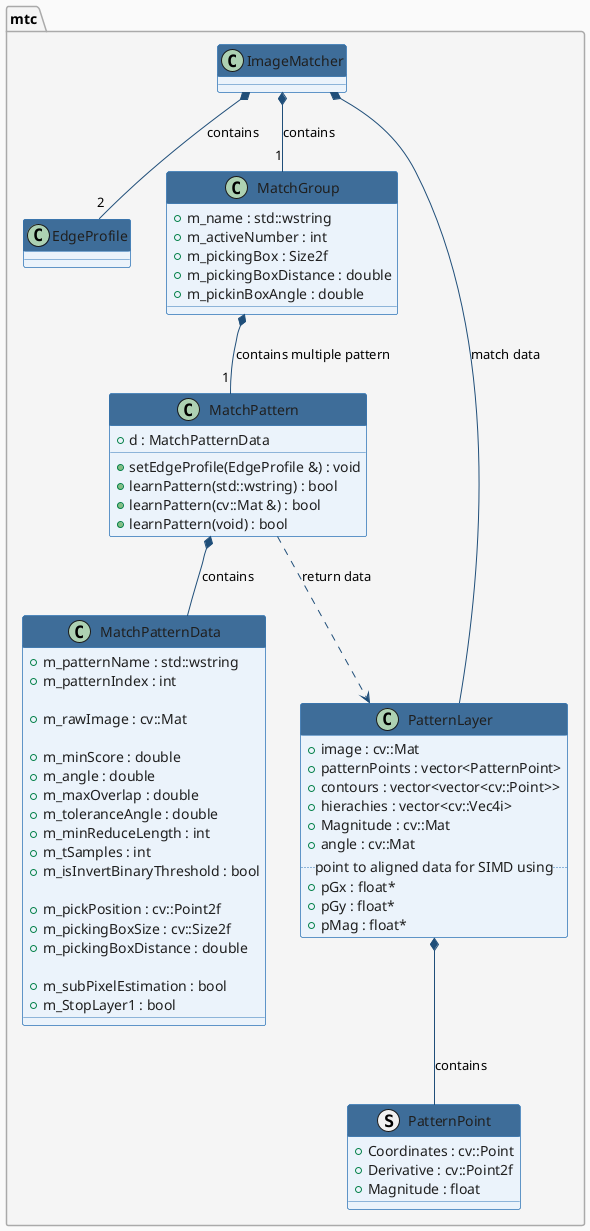
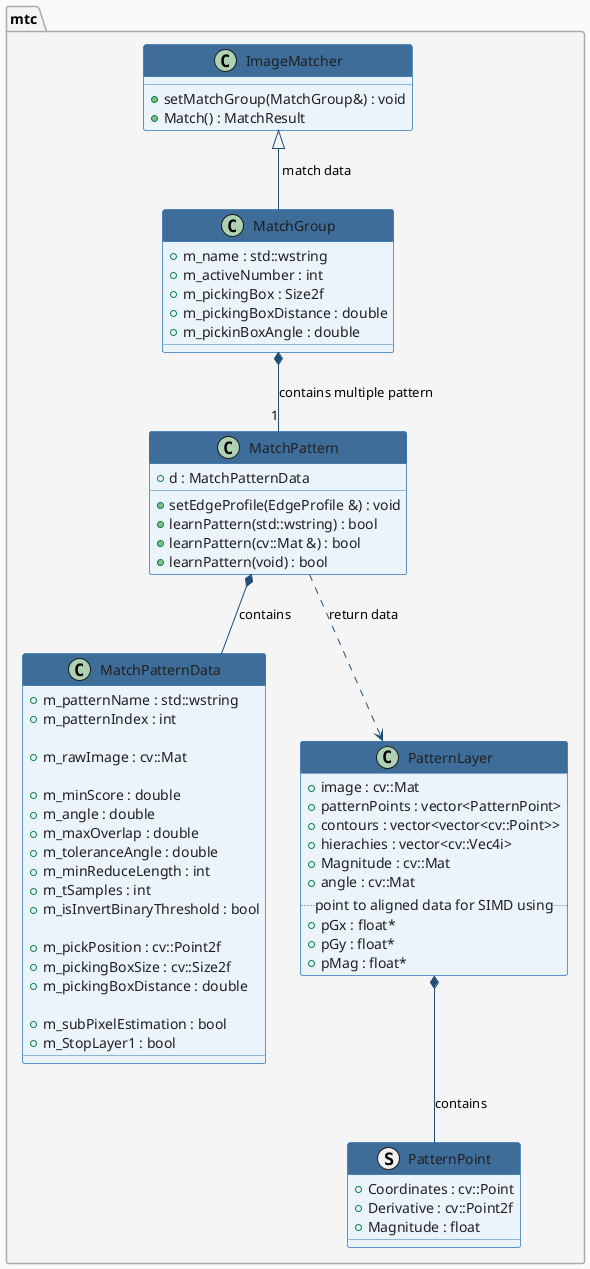
@startuml image_matching

skinparam backgroundColor #FAFAFA
skinparam classBackgroundColor #EBF3FB
skinparam classBorderColor #2E75B6
skinparam classHeaderBackgroundColor #3e6d99
skinparam classFontColor #FFFFFF
skinparam classAttributeFontColor #1F1F1F
skinparam arrowColor #1F4E79
skinparam packageBackgroundColor #F5F5F5
skinparam packageBorderColor #AAAAAA
skinparam shadowing false

package mtc {

    class ImageMatcher {
- 
-     }
- 
-     class EdgeProfile {
- 
+         + setMatchGroup(MatchGroup&) : void
+         + Match() : MatchResult
    }

    class MatchGroup {
        + m_name : std::wstring
        + m_activeNumber : int
        + m_pickingBox : Size2f
        + m_pickingBoxDistance : double
        + m_pickinBoxAngle : double
    }

    class MatchPattern {
        + setEdgeProfile(EdgeProfile &) : void
        + learnPattern(std::wstring) : bool
        + learnPattern(cv::Mat &) : bool
        + learnPattern(void) : bool

        + d : MatchPatternData
    }

    class MatchPatternData {
        + m_patternName : std::wstring
        + m_patternIndex : int

        + m_rawImage : cv::Mat

        + m_minScore : double
        + m_angle : double
        + m_maxOverlap : double
        + m_toleranceAngle : double
        + m_minReduceLength : int
        + m_tSamples : int
        + m_isInvertBinaryThreshold : bool

        + m_pickPosition : cv::Point2f
        + m_pickingBoxSize : cv::Size2f
        + m_pickingBoxDistance : double

        + m_subPixelEstimation : bool
        + m_StopLayer1 : bool
    }

    struct PatternPoint {
        + Coordinates : cv::Point
        + Derivative : cv::Point2f
        + Magnitude : float
    }

    class PatternLayer {
        + image : cv::Mat
        + patternPoints : vector<PatternPoint>
        + contours : vector<vector<cv::Point>>
        + hierachies : vector<cv::Vec4i>
        + Magnitude : cv::Mat
        + angle : cv::Mat
        .. point to aligned data for SIMD using ..
        + pGx : float*
        + pGy : float*
        + pMag : float*
    }
}

' Inheritance

' Enum usage

' Dependencies
MatchPattern ..> PatternLayer : return data

- 
' --- Composition / Aggregation Relationships ---
- ImageMatcher *-- "2" EdgeProfile : "contains"
- ImageMatcher *-- "1" MatchGroup : "contains"
- 
MatchGroup *-- "1" MatchPattern : "contains multiple pattern"
MatchPattern *-- MatchPatternData : "contains"

PatternLayer *-- PatternPoint : "contains"
- ImageMatcher *-- PatternLayer : "match data"
+ ImageMatcher <|-- MatchGroup : " match data"

@enduml